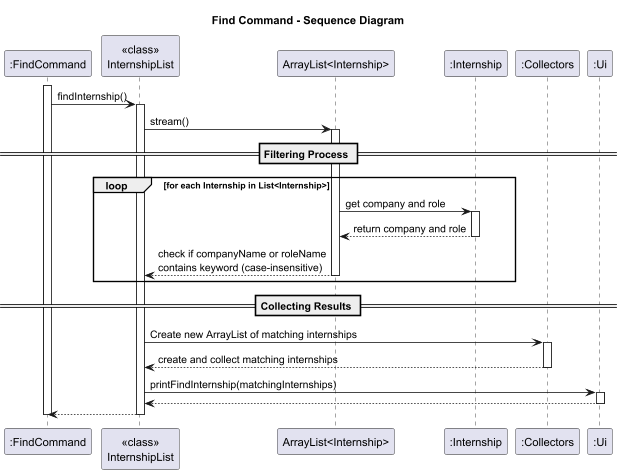
This is docs/diagrams/FindCommandSD.png from BenyAlbatross/tp, a PlantUML export, as it was before one commit. The source it was exported from:
```plantuml
@startuml
title Find Command - Sequence Diagram

participant ":FindCommand" as FC
participant "<<class>>\nInternshipList" as IL
participant "ArrayList<Internship>" as LI
participant ":Internship" as IN
participant ":Collectors" as CO
participant ":Ui" as Ui

activate FC
FC -> IL: findInternship()
activate IL
IL -> LI: stream()
activate LI

== Filtering Process ==
loop for each Internship in List<Internship>
    LI -> IN: get company and role
    activate IN
    IN --> LI: return company and role
    deactivate IN
    LI --> IL: check if companyName or roleName\ncontains keyword (case-insensitive)
    deactivate LI
end

== Collecting Results ==
IL -> CO: Create new ArrayList of matching internships
activate CO
CO --> IL: create and collect matching internships
deactivate CO

IL -> Ui: printFindInternship(matchingInternships)
activate Ui
Ui --> IL
deactivate Ui

IL --> FC
deactivate IL
deactivate FC

@enduml
```
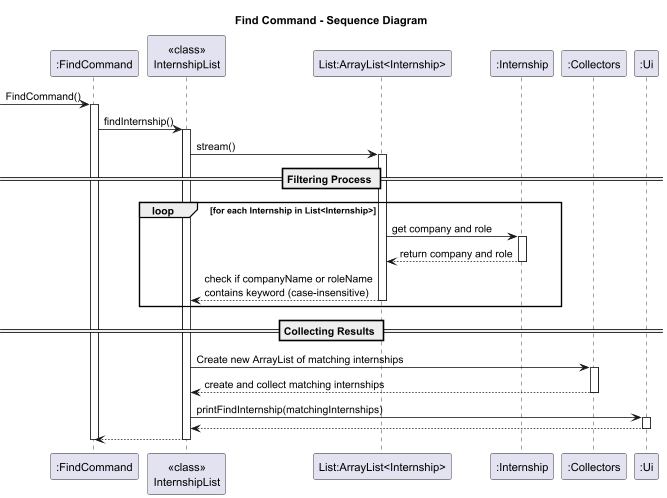
After the commit.

Commit message:
Add initialiser for Command

Change to the diagram source:
```diff
@@ -3,11 +3,12 @@
 
 participant ":FindCommand" as FC
 participant "<<class>>\nInternshipList" as IL
-participant "ArrayList<Internship>" as LI
+participant "List:ArrayList<Internship>" as LI
 participant ":Internship" as IN
 participant ":Collectors" as CO
 participant ":Ui" as Ui
 
+-> FC: FindCommand()
 activate FC
 FC -> IL: findInternship()
 activate IL
```
